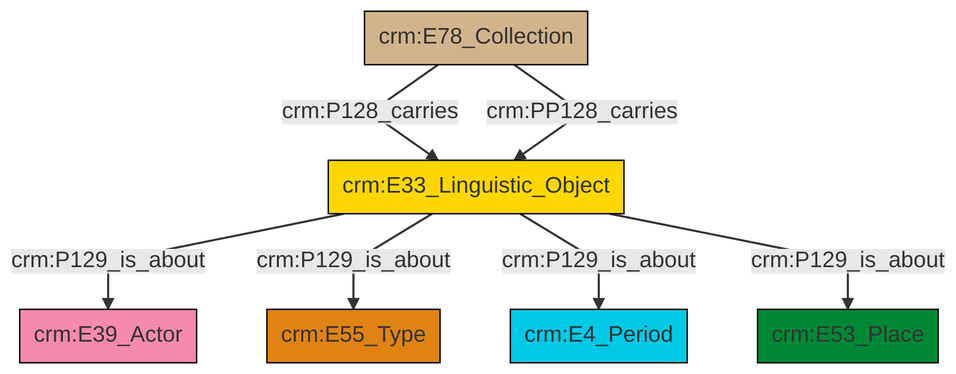
This is et/archivalCSV/ttl/mmd/png/archival_aboutness.png from swiss-art-research-net/docs.swissartresearch, a Mermaid export, as it was before one commit. Its source is kept beside it as et/archivalCSV/ttl/mmd/archival_aboutness.ttl.mmd.
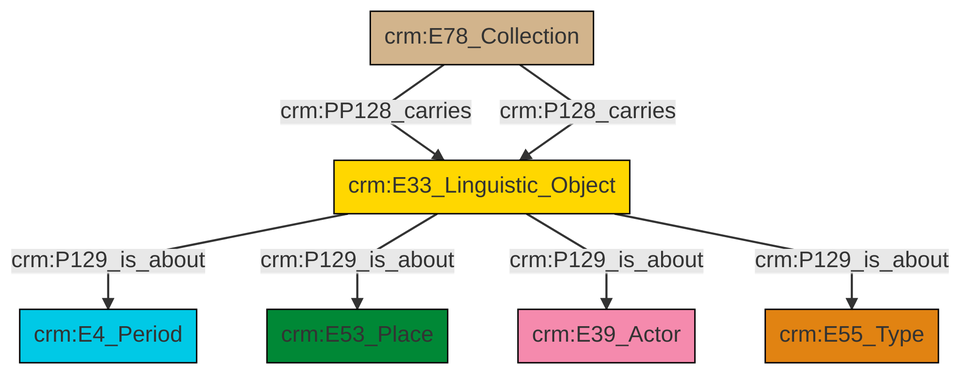
After the change.

The edit, as a diff of the source:
```diff
@@ -13,9 +13,9 @@
 classDef PC_Classes fill:#4ce600, stroke:#000000;
 classDef Multi fill:#cccccc,stroke:#000000;
 
-0["crm:E78_Collection"]:::Physical_Thing -->|crm:P128_carries| 4["crm:E33_Linguistic_Object"]:::Conceptual_Object
-4["crm:E33_Linguistic_Object"]:::Conceptual_Object -->|crm:P129_is_about| 5["crm:E39_Actor"]:::Actor
-0["crm:E78_Collection"]:::Physical_Thing -->|crm:PP128_carries| 4["crm:E33_Linguistic_Object"]:::Conceptual_Object
-4["crm:E33_Linguistic_Object"]:::Conceptual_Object -->|crm:P129_is_about| 10["crm:E55_Type"]:::Type
-4["crm:E33_Linguistic_Object"]:::Conceptual_Object -->|crm:P129_is_about| 2["crm:E4_Period"]:::Temporal_Entity
-4["crm:E33_Linguistic_Object"]:::Conceptual_Object -->|crm:P129_is_about| 7["crm:E53_Place"]:::Place
+0["crm:E33_Linguistic_Object"]:::Conceptual_Object -->|crm:P129_is_about| 1["crm:E4_Period"]:::Temporal_Entity
+2["crm:E78_Collection"]:::Physical_Thing -->|crm:PP128_carries| 0["crm:E33_Linguistic_Object"]:::Conceptual_Object
+0["crm:E33_Linguistic_Object"]:::Conceptual_Object -->|crm:P129_is_about| 4["crm:E53_Place"]:::Place
+2["crm:E78_Collection"]:::Physical_Thing -->|crm:P128_carries| 0["crm:E33_Linguistic_Object"]:::Conceptual_Object
+0["crm:E33_Linguistic_Object"]:::Conceptual_Object -->|crm:P129_is_about| 6["crm:E39_Actor"]:::Actor
+0["crm:E33_Linguistic_Object"]:::Conceptual_Object -->|crm:P129_is_about| 7["crm:E55_Type"]:::Type
```
